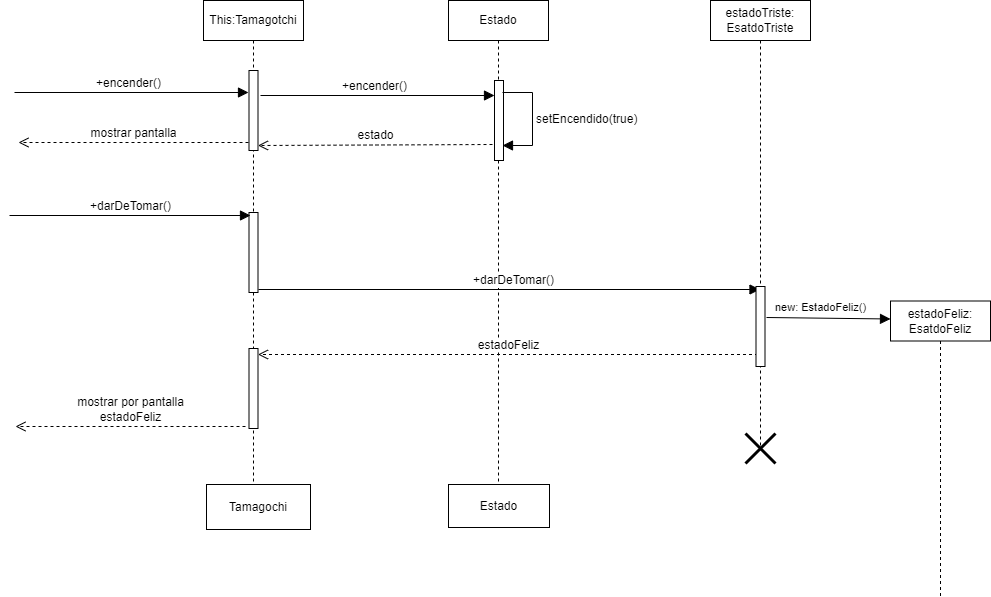
lautaro2034/pr2 keeps this draw.io diagram as tp2-tamagochi/tamagochi- tamagochi-Triste.drawio.png. Above is the earlier version. Source tidied: cells renumbered, new cells last; positions are measured from the earlier drawing's top-left corner, leaving out a move shared by most shapes.
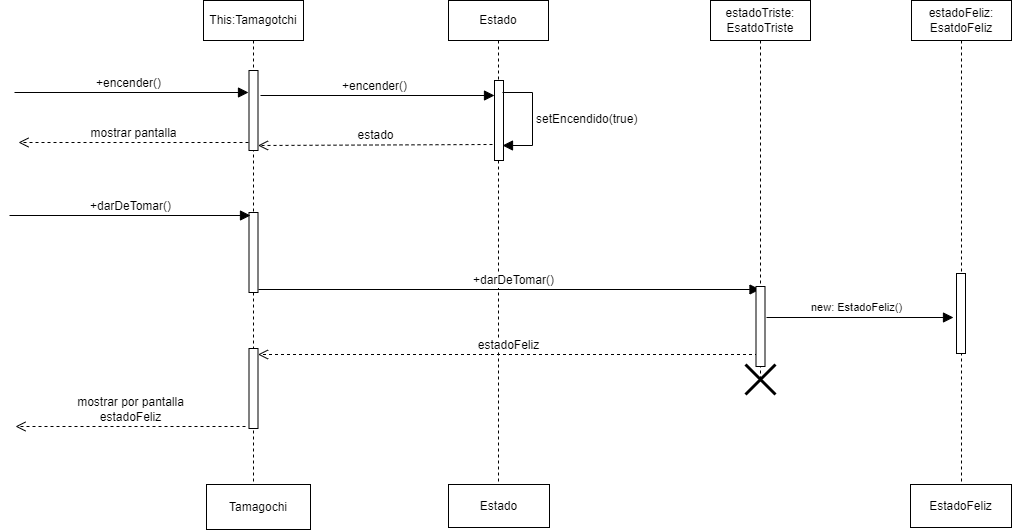
The same diagram one commit later.

The edit, as a diff of the source:
```diff
@@ -86,11 +86,14 @@
       </mxGeometry>
     </mxCell>
     <mxCell id="18" value="estadoTriste:&lt;br&gt;EsatdoTriste" style="shape=umlLifeline;perimeter=lifelinePerimeter;whiteSpace=wrap;html=1;newEdgeStyle={&quot;curved&quot;:0,&quot;rounded&quot;:0};" parent="1" vertex="1">
-      <mxGeometry x="701" width="100" height="446" as="geometry" />
+      <mxGeometry x="701" width="100" height="378" as="geometry" />
     </mxCell>
     <mxCell id="19" style="html=1;perimeter=orthogonalPerimeter;targetShapes=umlLifeline;newEdgeStyle={&quot;curved&quot;:0,&quot;rounded&quot;:0};" parent="18" vertex="1">
       <mxGeometry x="45.5" y="286" width="9" height="80" as="geometry" />
     </mxCell>
+    <mxCell id="22" style="shape=umlDestroy;whiteSpace=wrap;html=1;strokeWidth=3;targetShapes=umlLifeline;" parent="18" vertex="1">
+      <mxGeometry x="35" y="364" width="30" height="30" as="geometry" />
+    </mxCell>
     <mxCell id="20" style="html=1;verticalAlign=bottom;endArrow=block;curved=0;rounded=0;fontSize=12;startSize=8;endSize=8;" parent="1" edge="1">
       <mxGeometry x="-0.03" relative="1" as="geometry">
         <mxPoint y="215" as="sourcePoint" />
@@ -106,15 +109,16 @@
         <mxPoint x="-4" y="-8" as="offset" />
       </mxGeometry>
     </mxCell>
-    <mxCell id="22" style="shape=umlDestroy;whiteSpace=wrap;html=1;strokeWidth=3;targetShapes=umlLifeline;" parent="1" vertex="1">
-      <mxGeometry x="736" y="433" width="30" height="30" as="geometry" />
-    </mxCell>
     <mxCell id="23" value="estadoFeliz:&lt;br&gt;EsatdoFeliz" style="shape=umlLifeline;perimeter=lifelinePerimeter;whiteSpace=wrap;html=1;outlineConnect=0;portConstraint=eastwest;newEdgeStyle={&quot;curved&quot;:0,&quot;rounded&quot;:0};" parent="1" vertex="1">
-      <mxGeometry x="881" y="300.5" width="100" height="295" as="geometry" />
+      <mxGeometry x="902" width="100" height="486" as="geometry" />
     </mxCell>
+    <mxCell id="27" style="html=1;perimeter=orthogonalPerimeter;targetShapes=umlLifeline;newEdgeStyle={&quot;curved&quot;:0,&quot;rounded&quot;:0};" parent="23" vertex="1">
+      <mxGeometry x="45" y="273" width="9" height="80" as="geometry" />
+    </mxCell>
-    <mxCell id="24" style="html=1;verticalAlign=bottom;endArrow=block;curved=0;rounded=0;fontSize=12;startSize=8;endSize=8;entryX=0;entryY=0.061;entryDx=0;entryDy=0;entryPerimeter=0;" parent="1" edge="1" target="23">
+    <mxCell id="24" style="html=1;verticalAlign=bottom;endArrow=block;curved=0;rounded=0;fontSize=12;startSize=8;endSize=8;" parent="1" edge="1">
       <mxGeometry x="-0.03" relative="1" as="geometry">
         <mxPoint x="757" y="317" as="sourcePoint" />
+        <mxPoint x="944" y="317" as="targetPoint" />
         <Array as="points">
           <mxPoint x="757" y="317" />
         </Array>
@@ -132,5 +136,8 @@
         <mxPoint x="6" y="426" as="targetPoint" />
       </mxGeometry>
     </mxCell>
+    <mxCell id="28" value="EstadoFeliz" style="html=1;whiteSpace=wrap;" parent="1" vertex="1">
+      <mxGeometry x="901" y="484" width="101" height="43" as="geometry" />
+    </mxCell>
   </root>
 </mxGraphModel>
```
